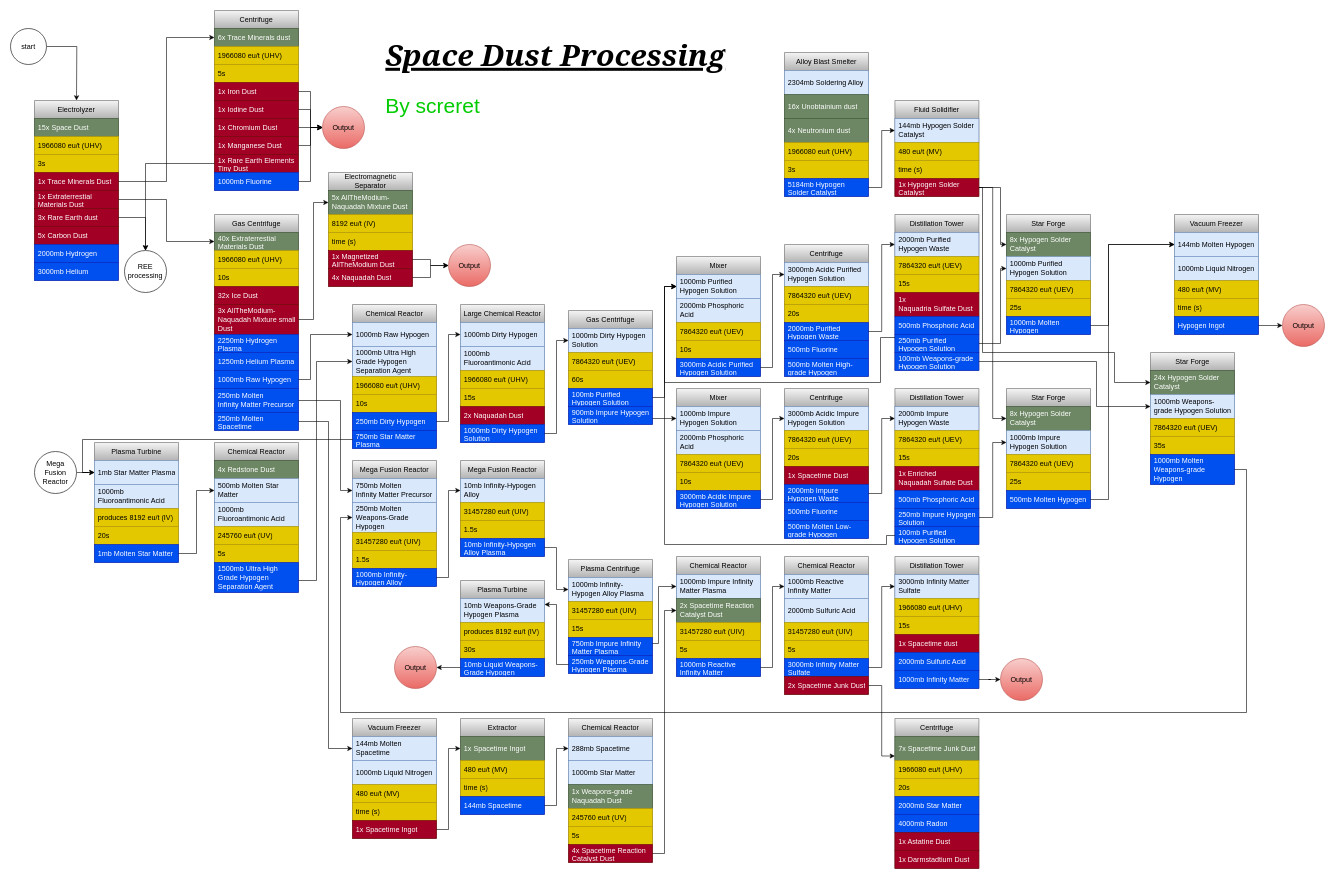
AllTheMods/Gravitas2 keeps this draw.io diagram as space_dust.drawio. Above is the earlier version. Source tidied: cells renumbered, new cells numbered last; positions are measured from the earlier drawing's top-left corner, leaving out a move shared by most shapes. Both pictures are drawn from the tidied source at 60%, with x=0, y=0 at pixel (10, 10).
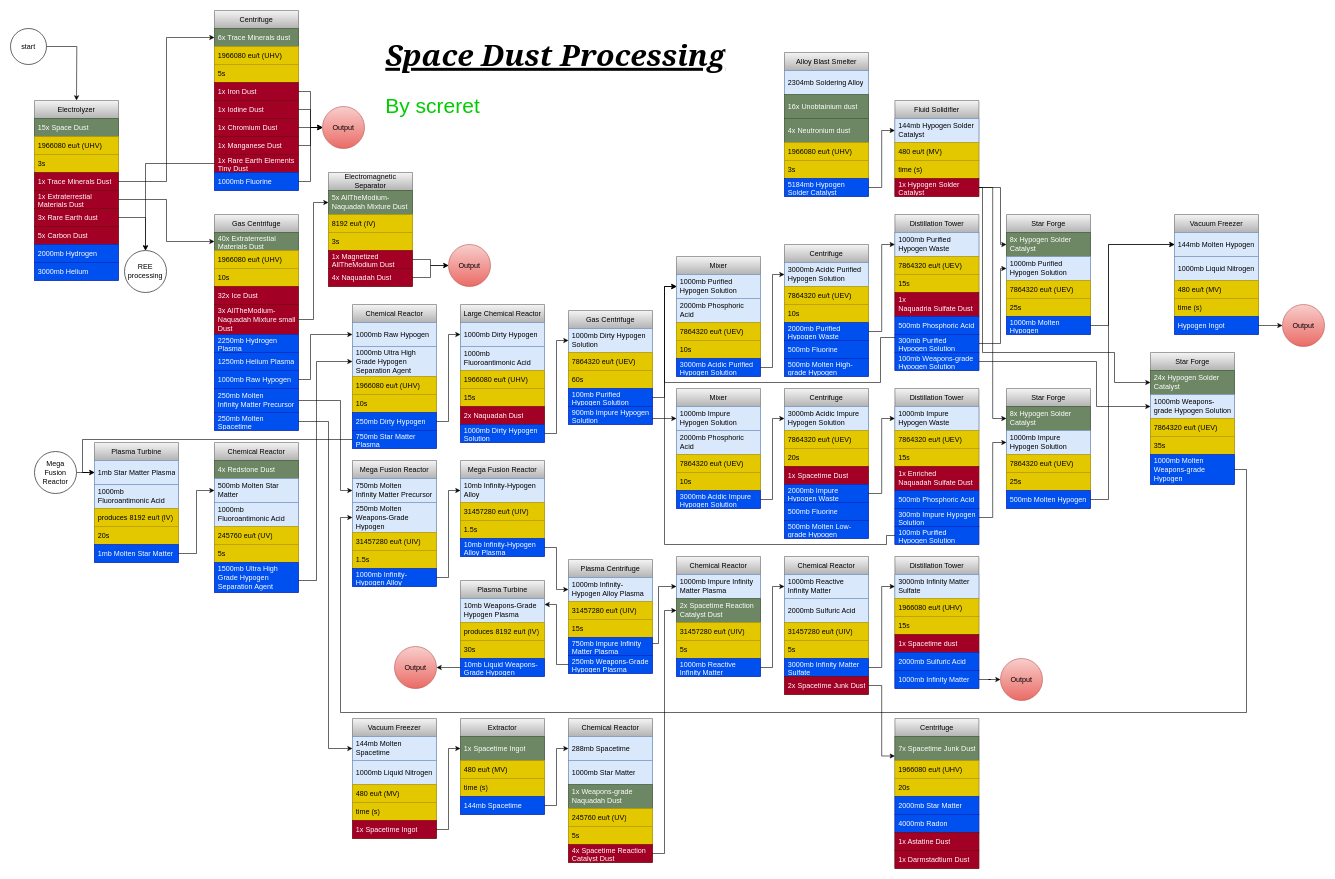
After the change.

Commit message:
got the ratios wrong lol

Unchanged cells that the change refers to:
```xml
<mxCell id="39" value="Electromagnetic Separator" style="swimlane;fontStyle=0;horizontal=1;startSize=30;whiteSpace=wrap;html=1;fillColor=#f5f5f5;gradientColor=#b3b3b3;strokeColor=#666666;" parent="1" vertex="1">
  <mxGeometry x="530" y="270" width="140" height="190" as="geometry" />
</mxCell>
<mxCell id="66" value="Centrifuge" style="swimlane;fontStyle=0;horizontal=1;startSize=30;whiteSpace=wrap;html=1;fillColor=#f5f5f5;gradientColor=#b3b3b3;strokeColor=#666666;" parent="1" vertex="1">
  <mxGeometry x="1290" y="390" width="140" height="220" as="geometry" />
</mxCell>
<mxCell id="108" value="Distillation Tower" style="swimlane;fontStyle=0;horizontal=1;startSize=30;whiteSpace=wrap;html=1;fillColor=#f5f5f5;gradientColor=#b3b3b3;strokeColor=#666666;" parent="1" vertex="1">
  <mxGeometry x="1474" y="340" width="140" height="260" as="geometry" />
</mxCell>
<mxCell id="117" value="Distillation Tower" style="swimlane;fontStyle=0;horizontal=1;startSize=30;whiteSpace=wrap;html=1;fillColor=#f5f5f5;gradientColor=#b3b3b3;strokeColor=#666666;" parent="1" vertex="1">
  <mxGeometry x="1474" y="630" width="140" height="260" as="geometry" />
</mxCell>
```

What changed in the source:
```diff
@@
-    <mxCell id="42" value="time (s)" style="text;strokeColor=#B09500;fillColor=#e3c800;align=left;verticalAlign=middle;spacingLeft=4;spacingRight=4;overflow=hidden;whiteSpace=wrap;html=1;fontColor=#000000;" parent="39" vertex="1">
+    <mxCell id="42" value="3s" style="text;strokeColor=#B09500;fillColor=#e3c800;align=left;verticalAlign=middle;spacingLeft=4;spacingRight=4;overflow=hidden;whiteSpace=wrap;html=1;fontColor=#000000;" parent="39" vertex="1">
       <mxGeometry y="100" width="140" height="30" as="geometry" />
     </mxCell>
@@
-    <mxCell id="69" value="20s" style="text;strokeColor=#B09500;fillColor=#e3c800;align=left;verticalAlign=middle;spacingLeft=4;spacingRight=4;overflow=hidden;whiteSpace=wrap;html=1;fontColor=#000000;" parent="66" vertex="1">
+    <mxCell id="69" value="10s" style="text;strokeColor=#B09500;fillColor=#e3c800;align=left;verticalAlign=middle;spacingLeft=4;spacingRight=4;overflow=hidden;whiteSpace=wrap;html=1;fontColor=#000000;" parent="66" vertex="1">
       <mxGeometry y="100" width="140" height="30" as="geometry" />
     </mxCell>
@@
-    <mxCell id="109" value="2000mb Purified Hypogen Waste" style="text;strokeColor=#6c8ebf;fillColor=#dae8fc;align=left;verticalAlign=middle;spacingLeft=4;spacingRight=4;overflow=hidden;points=[[0,0.5],[1,0.5]];portConstraint=eastwest;whiteSpace=wrap;html=1;" parent="108" vertex="1">
+    <mxCell id="109" value="1000mb Purified Hypogen Waste" style="text;strokeColor=#6c8ebf;fillColor=#dae8fc;align=left;verticalAlign=middle;spacingLeft=4;spacingRight=4;overflow=hidden;points=[[0,0.5],[1,0.5]];portConstraint=eastwest;whiteSpace=wrap;html=1;" parent="108" vertex="1">
       <mxGeometry y="30" width="140" height="40" as="geometry" />
     </mxCell>
@@
-    <mxCell id="114" value="250mb Purified Hypogen Solution" style="text;strokeColor=#001DBC;fillColor=#0050ef;align=left;verticalAlign=middle;spacingLeft=4;spacingRight=4;overflow=hidden;points=[[0,0.5],[1,0.5]];portConstraint=eastwest;whiteSpace=wrap;html=1;fontColor=#ffffff;" parent="108" vertex="1">
+    <mxCell id="114" value="300mb Purified Hypogen Solution" style="text;strokeColor=#001DBC;fillColor=#0050ef;align=left;verticalAlign=middle;spacingLeft=4;spacingRight=4;overflow=hidden;points=[[0,0.5],[1,0.5]];portConstraint=eastwest;whiteSpace=wrap;html=1;fontColor=#ffffff;" parent="108" vertex="1">
       <mxGeometry y="200" width="140" height="30" as="geometry" />
     </mxCell>
@@
-    <mxCell id="118" value="2000mb Impure Hypogen Waste" style="text;strokeColor=#6c8ebf;fillColor=#dae8fc;align=left;verticalAlign=middle;spacingLeft=4;spacingRight=4;overflow=hidden;points=[[0,0.5],[1,0.5]];portConstraint=eastwest;whiteSpace=wrap;html=1;" parent="117" vertex="1">
+    <mxCell id="118" value="1000mb Impure Hypogen Waste" style="text;strokeColor=#6c8ebf;fillColor=#dae8fc;align=left;verticalAlign=middle;spacingLeft=4;spacingRight=4;overflow=hidden;points=[[0,0.5],[1,0.5]];portConstraint=eastwest;whiteSpace=wrap;html=1;" parent="117" vertex="1">
       <mxGeometry y="30" width="140" height="40" as="geometry" />
     </mxCell>
@@
-    <mxCell id="123" value="250mb Impure Hypogen Solution" style="text;strokeColor=#001DBC;fillColor=#0050ef;align=left;verticalAlign=middle;spacingLeft=4;spacingRight=4;overflow=hidden;points=[[0,0.5],[1,0.5]];portConstraint=eastwest;whiteSpace=wrap;html=1;fontColor=#ffffff;" parent="117" vertex="1">
+    <mxCell id="123" value="300mb Impure Hypogen Solution" style="text;strokeColor=#001DBC;fillColor=#0050ef;align=left;verticalAlign=middle;spacingLeft=4;spacingRight=4;overflow=hidden;points=[[0,0.5],[1,0.5]];portConstraint=eastwest;whiteSpace=wrap;html=1;fontColor=#ffffff;" parent="117" vertex="1">
       <mxGeometry y="200" width="140" height="30" as="geometry" />
     </mxCell>
```
